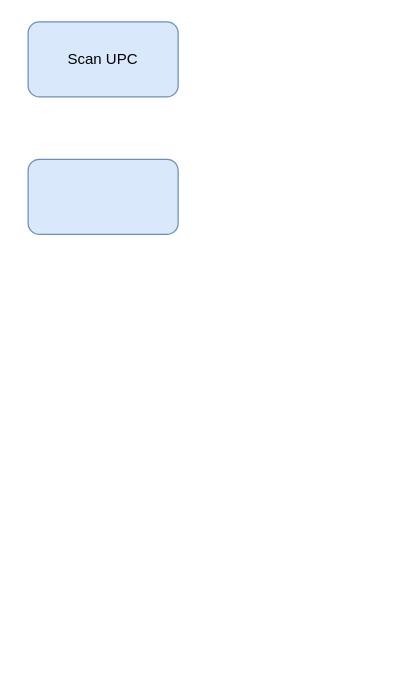
Earlier version of the draw.io diagram Untitled Diagram.drawio (itzelvigil/RepositorioPrueba). Source tidied: cells renumbered, new cells numbered last; positions are measured from the earlier drawing's top-left corner, leaving out a move shared by most shapes. Both pictures are drawn from the tidied source at 125%, with x=0, y=0 at pixel (28, 21).
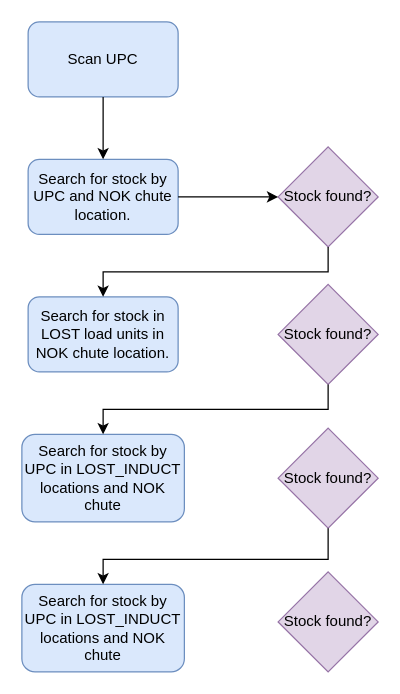
After the change.

The change refers to these unchanged cells:
```xml
<mxCell id="2" value="Scan UPC" style="rounded=1;whiteSpace=wrap;html=1;fillColor=#dae8fc;strokeColor=#6c8ebf;" parent="1" vertex="1">
  <mxGeometry width="120" height="60" as="geometry" />
</mxCell>
```

Diff of the diagram source:
```diff
@@
-    <mxCell id="3" style="rounded=1;whiteSpace=wrap;html=1;fillColor=#dae8fc;strokeColor=#6c8ebf;" parent="1" vertex="1">
+    <mxCell id="3" value="Search for stock by UPC and NOK chute location." style="rounded=1;whiteSpace=wrap;html=1;fillColor=#dae8fc;strokeColor=#6c8ebf;" parent="1" vertex="1">
       <mxGeometry y="110" width="120" height="60" as="geometry" />
     </mxCell>
+    <mxCell id="4" value="Stock found?" style="rhombus;whiteSpace=wrap;html=1;fillColor=#e1d5e7;strokeColor=#9673a6;" parent="1" vertex="1">
+      <mxGeometry x="200" y="100" width="80" height="80" as="geometry" />
+    </mxCell>
+    <mxCell id="5" style="endArrow=classic;html=1;rounded=0;exitX=0.5;exitY=1;exitDx=0;exitDy=0;" parent="1" edge="1" source="2" target="3">
+      <mxGeometry relative="1" as="geometry" />
+    </mxCell>
+    <mxCell id="6" style="endArrow=classic;html=1;rounded=0;exitX=1;exitY=0.5;exitDx=0;exitDy=0;entryX=0;entryY=0.5;entryDx=0;entryDy=0;" parent="1" edge="1" source="3" target="4">
+      <mxGeometry relative="1" as="geometry" />
+    </mxCell>
+    <mxCell id="7" value="Search for stock in LOST load units in NOK chute location." style="rounded=1;whiteSpace=wrap;html=1;fillColor=#dae8fc;strokeColor=#6c8ebf;" parent="1" vertex="1">
+      <mxGeometry y="220" width="120" height="60" as="geometry" />
+    </mxCell>
+    <mxCell id="8" style="endArrow=classic;html=1;rounded=0;exitX=0.5;exitY=1;exitDx=0;exitDy=0;entryX=0.5;entryY=0;entryDx=0;entryDy=0;" parent="1" edge="1" source="4" target="7">
+      <mxGeometry relative="1" as="geometry">
+        <Array as="points">
+          <mxPoint x="240" y="200" />
+          <mxPoint x="60" y="200" />
+        </Array>
+      </mxGeometry>
+    </mxCell>
+    <mxCell id="9" value="Search for stock by UPC in LOST_INDUCT locations and NOK chute" style="rounded=1;whiteSpace=wrap;html=1;fillColor=#dae8fc;strokeColor=#6c8ebf;" parent="1" vertex="1">
+      <mxGeometry x="-5" y="330" width="130" height="70" as="geometry" />
+    </mxCell>
+    <mxCell id="10" value="Stock found?" style="rhombus;whiteSpace=wrap;html=1;fillColor=#e1d5e7;strokeColor=#9673a6;" parent="1" vertex="1">
+      <mxGeometry x="200" y="210" width="80" height="80" as="geometry" />
+    </mxCell>
+    <mxCell id="11" value="Stock found?" style="rhombus;whiteSpace=wrap;html=1;fillColor=#e1d5e7;strokeColor=#9673a6;" parent="1" vertex="1">
+      <mxGeometry x="200" y="325" width="80" height="80" as="geometry" />
+    </mxCell>
+    <mxCell id="12" value="Search for stock by UPC in LOST_INDUCT locations and NOK chute" style="rounded=1;whiteSpace=wrap;html=1;fillColor=#dae8fc;strokeColor=#6c8ebf;" parent="1" vertex="1">
+      <mxGeometry x="-5" y="450" width="130" height="70" as="geometry" />
+    </mxCell>
+    <mxCell id="13" style="endArrow=classic;html=1;rounded=0;exitX=0.5;exitY=1;exitDx=0;exitDy=0;entryX=0.5;entryY=0;entryDx=0;entryDy=0;" parent="1" edge="1" source="10" target="9">
+      <mxGeometry relative="1" as="geometry">
+        <Array as="points">
+          <mxPoint x="240" y="310" />
+          <mxPoint x="60" y="310" />
+        </Array>
+      </mxGeometry>
+    </mxCell>
+    <mxCell id="14" value="Stock found?" style="rhombus;whiteSpace=wrap;html=1;fillColor=#e1d5e7;strokeColor=#9673a6;" parent="1" vertex="1">
+      <mxGeometry x="200" y="440" width="80" height="80" as="geometry" />
+    </mxCell>
+    <mxCell id="15" style="endArrow=classic;html=1;rounded=0;exitX=0.5;exitY=1;exitDx=0;exitDy=0;entryX=0.5;entryY=0;entryDx=0;entryDy=0;" parent="1" edge="1" source="11" target="12">
+      <mxGeometry relative="1" as="geometry">
+        <Array as="points">
+          <mxPoint x="240" y="430" />
+          <mxPoint x="60" y="430" />
+        </Array>
+      </mxGeometry>
+    </mxCell>
```
